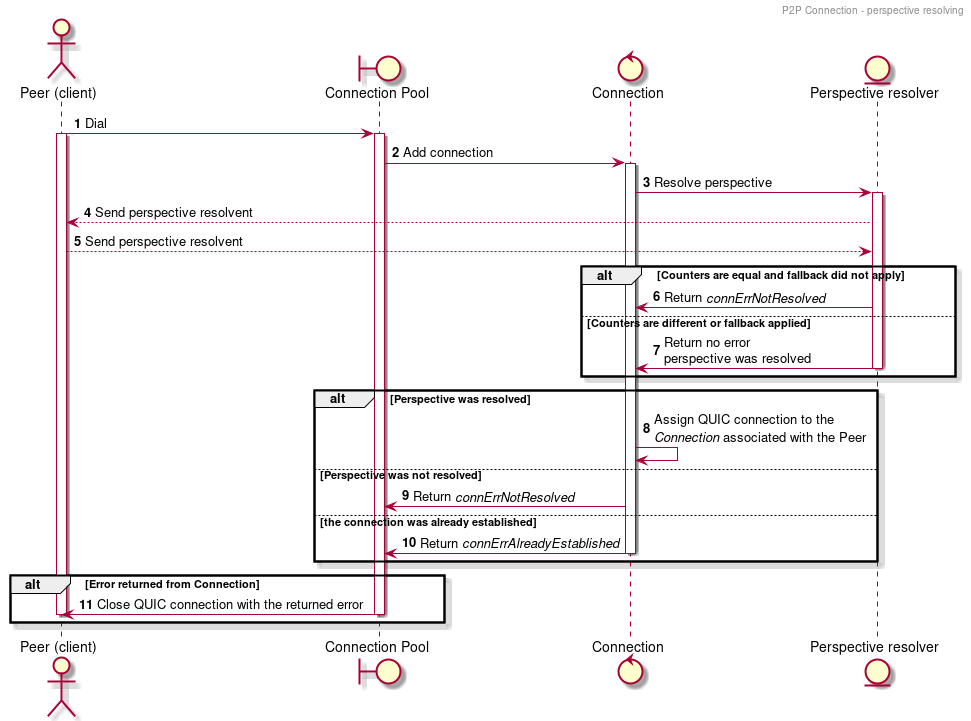
The PlantUML diagram docs/perspective_resolving.png in Zamerykanizowana/replicated-file-system, before a commit.
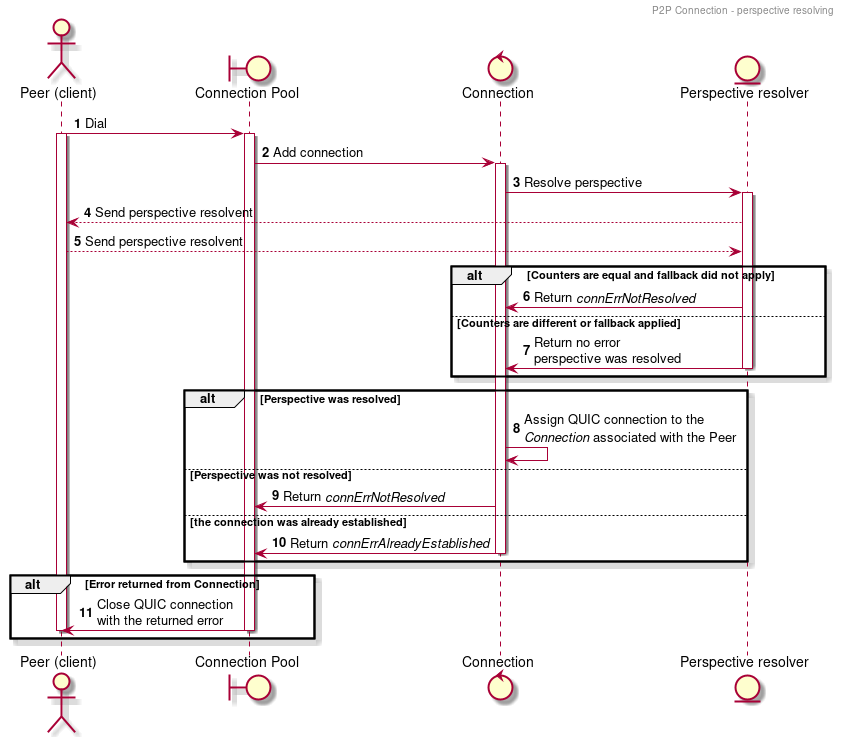
Above is the later version.

Commit message:
chore(docs): update perspective_resolving diagram

Diff of the diagram source:
```diff
@@ -33,7 +33,7 @@
 end
 
 alt Error returned from Connection
-    pool -> Peer -- : Close QUIC connection with the returned error
+    pool -> Peer -- : Close QUIC connection\nwith the returned error
     deactivate Peer
 end
 
```
